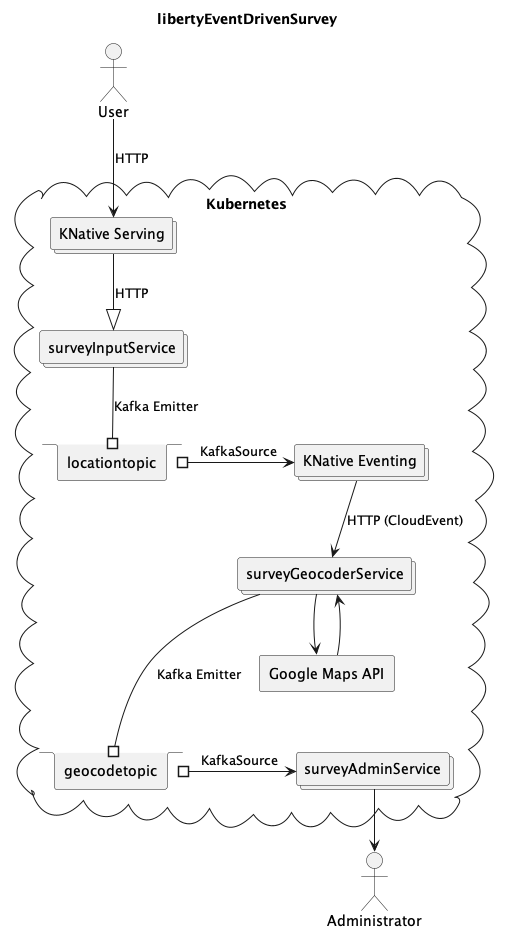
This is doc/libertyEventDrivenSurvey-location.png from IBM/libertyEventDrivenSurvey, a PlantUML export, as it was before one commit.
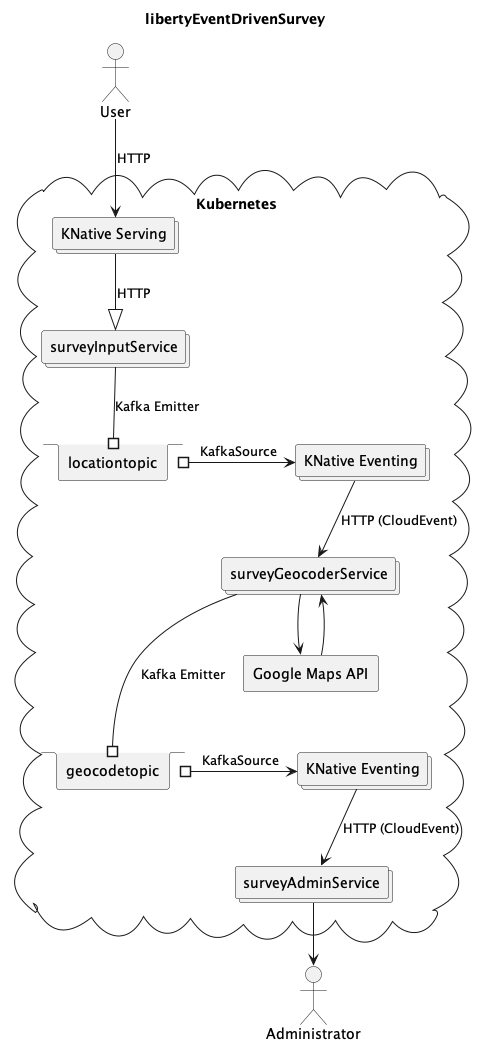
Later version of the same file.

Change to the diagram source:
```diff
@@ -17,6 +17,7 @@
   collections surveyGeocoderService
   rectangle googleMaps as "Google Maps API"
   stack geocodetopic
+  collections knativeServing3 as "KNative Eventing"
   collections surveyAdminService
 }
 
@@ -28,7 +29,8 @@
 surveyGeocoderService --> googleMaps
 googleMaps --> surveyGeocoderService
 surveyGeocoderService ---# geocodetopic : Kafka Emitter
-geocodetopic #-> surveyAdminService : KafkaSource
+geocodetopic #-> knativeServing3 : KafkaSource
+knativeServing3 --> surveyAdminService : HTTP (CloudEvent)
 surveyAdminService --> admin
 
 @enduml
```
